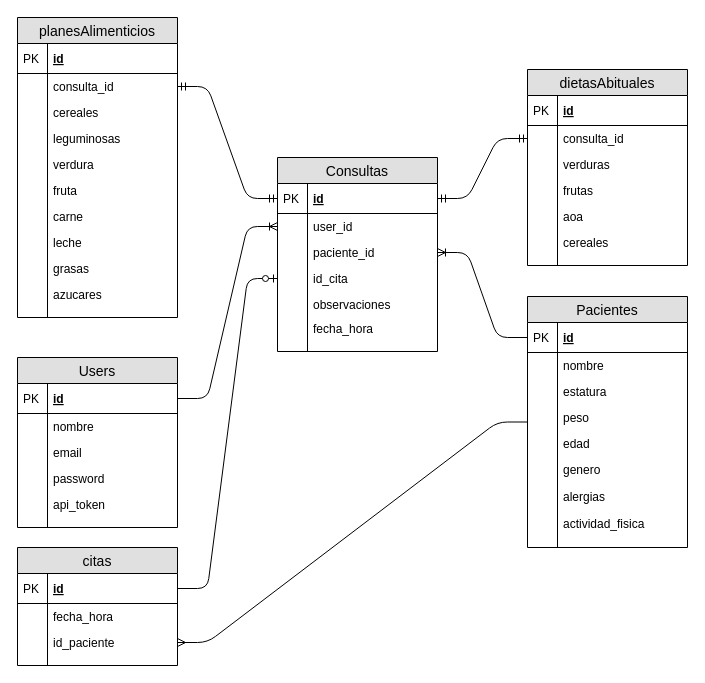
The draw.io diagram baseDeDatosProyecto.drawio in elagabalus01/nutrikit, before the edit. Source tidied: cells renumbered, new cells numbered last; positions are measured from the earlier drawing's top-left corner, leaving out a move shared by most shapes. Both pictures are drawn from the tidied source at 100%, with x=0, y=0 at pixel (17, 17).
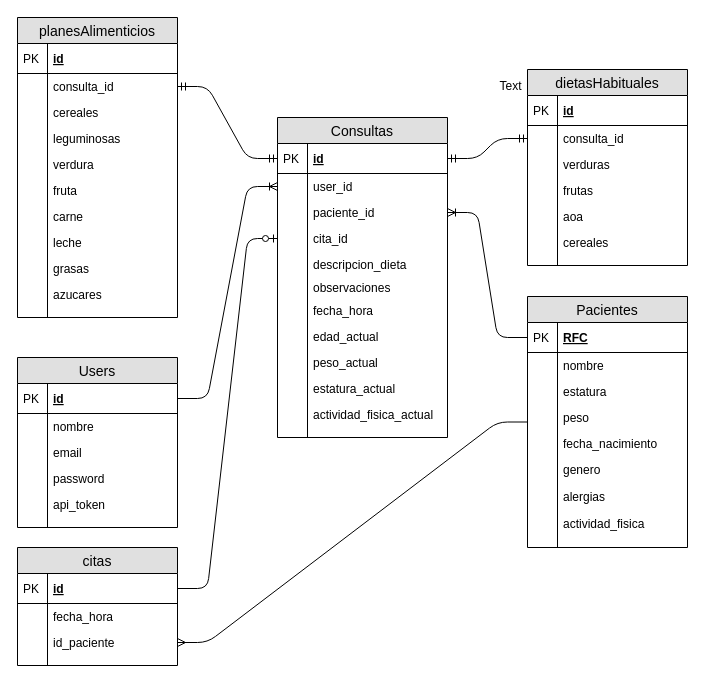
After the change.

Unchanged cells that the change refers to:
```xml
<mxCell id="15" value="Pacientes" style="swimlane;fontStyle=0;horizontal=1;startSize=26;fillColor=#e0e0e0;swimlaneFillColor=#ffffff;align=center;fontSize=14;" parent="1" vertex="1">
  <mxGeometry x="510" y="279" width="160" height="251" as="geometry" />
</mxCell>
```

Diff of the diagram source:
```diff
@@
-    <mxCell id="16" value="id" style="shape=partialRectangle;top=0;left=0;right=0;bottom=1;align=left;verticalAlign=middle;fillColor=none;spacingLeft=34;spacingRight=4;overflow=hidden;points=[[0,0.5],[1,0.5]];portConstraint=eastwest;fontStyle=5;fontSize=12;" parent="15" vertex="1">
+    <mxCell id="16" value="RFC" style="shape=partialRectangle;top=0;left=0;right=0;bottom=1;align=left;verticalAlign=middle;fillColor=none;spacingLeft=34;spacingRight=4;overflow=hidden;points=[[0,0.5],[1,0.5]];portConstraint=eastwest;fontStyle=5;fontSize=12;" parent="15" vertex="1">
       <mxGeometry y="26" width="160" height="30" as="geometry" />
     </mxCell>
@@
-    <mxCell id="24" value="edad" style="shape=partialRectangle;top=0;left=0;right=0;bottom=0;align=left;verticalAlign=top;fillColor=none;spacingLeft=34;spacingRight=4;overflow=hidden;fontSize=12;" parent="15" vertex="1">
+    <mxCell id="24" value="fecha_nacimiento" style="shape=partialRectangle;top=0;left=0;right=0;bottom=0;align=left;verticalAlign=top;fillColor=none;spacingLeft=34;spacingRight=4;overflow=hidden;fontSize=12;" parent="15" vertex="1">
       <mxGeometry y="134" width="160" height="26" as="geometry" />
     </mxCell>
@@
     <mxCell id="43" value="Consultas" style="swimlane;fontStyle=0;horizontal=1;startSize=26;fillColor=#e0e0e0;swimlaneFillColor=#ffffff;align=center;fontSize=14;" parent="1" vertex="1">
-      <mxGeometry x="260" y="140" width="160" height="194" as="geometry" />
+      <mxGeometry x="260" y="100" width="170" height="320" as="geometry" />
     </mxCell>
     <mxCell id="44" value="id" style="shape=partialRectangle;top=0;left=0;right=0;bottom=1;align=left;verticalAlign=middle;fillColor=none;spacingLeft=34;spacingRight=4;overflow=hidden;points=[[0,0.5],[1,0.5]];portConstraint=eastwest;fontStyle=5;fontSize=12;" parent="43" vertex="1">
-      <mxGeometry y="26" width="160" height="30" as="geometry" />
+      <mxGeometry y="26" width="170" height="30" as="geometry" />
     </mxCell>
@@
     <mxCell id="46" value="user_id" style="shape=partialRectangle;top=0;left=0;right=0;bottom=0;align=left;verticalAlign=top;fillColor=none;spacingLeft=34;spacingRight=4;overflow=hidden;points=[[0,0.5],[1,0.5]];portConstraint=eastwest;fontSize=12;" parent="43" vertex="1">
-      <mxGeometry y="56" width="160" height="26" as="geometry" />
+      <mxGeometry y="56" width="170" height="26" as="geometry" />
     </mxCell>
@@
     <mxCell id="48" value="paciente_id" style="shape=partialRectangle;top=0;left=0;right=0;bottom=0;align=left;verticalAlign=top;fillColor=none;spacingLeft=34;spacingRight=4;overflow=hidden;points=[[0,0.5],[1,0.5]];portConstraint=eastwest;fontSize=12;" parent="43" vertex="1">
-      <mxGeometry y="82" width="160" height="26" as="geometry" />
+      <mxGeometry y="82" width="170" height="26" as="geometry" />
     </mxCell>
@@
-    <mxCell id="50" value="id_cita" style="shape=partialRectangle;top=0;left=0;right=0;bottom=0;align=left;verticalAlign=top;fillColor=none;spacingLeft=34;spacingRight=4;overflow=hidden;points=[[0,0.5],[1,0.5]];portConstraint=eastwest;fontSize=12;" parent="43" vertex="1">
-      <mxGeometry y="108" width="160" height="26" as="geometry" />
+    <mxCell id="50" value="cita_id" style="shape=partialRectangle;top=0;left=0;right=0;bottom=0;align=left;verticalAlign=top;fillColor=none;spacingLeft=34;spacingRight=4;overflow=hidden;points=[[0,0.5],[1,0.5]];portConstraint=eastwest;fontSize=12;" parent="43" vertex="1">
+      <mxGeometry y="108" width="170" height="26" as="geometry" />
     </mxCell>
@@
+    <mxCell id="102" value="descripcion_dieta" style="shape=partialRectangle;top=0;left=0;right=0;bottom=0;align=left;verticalAlign=top;fillColor=none;spacingLeft=34;spacingRight=4;overflow=hidden;fontSize=12;" parent="43" vertex="1">
+      <mxGeometry y="134" width="170" height="23" as="geometry" />
+    </mxCell>
+    <mxCell id="103" style="shape=partialRectangle;top=0;left=0;bottom=0;fillColor=none;align=left;verticalAlign=top;spacingLeft=4;spacingRight=4;overflow=hidden;fontSize=12;" parent="102" vertex="1">
+      <mxGeometry width="30" height="26" as="geometry" />
+    </mxCell>
     <mxCell id="52" value="observaciones" style="shape=partialRectangle;top=0;left=0;right=0;bottom=0;align=left;verticalAlign=top;fillColor=none;spacingLeft=34;spacingRight=4;overflow=hidden;fontSize=12;" parent="43" vertex="1">
-      <mxGeometry y="134" width="160" height="24" as="geometry" />
+      <mxGeometry y="157" width="170" height="23" as="geometry" />
     </mxCell>
@@
     <mxCell id="54" value="fecha_hora" style="shape=partialRectangle;top=0;left=0;right=0;bottom=0;align=left;verticalAlign=top;fillColor=none;spacingLeft=34;spacingRight=4;overflow=hidden;fontSize=12;" parent="43" vertex="1">
-      <mxGeometry y="158" width="160" height="26" as="geometry" />
+      <mxGeometry y="180" width="170" height="26" as="geometry" />
     </mxCell>
@@
+    <mxCell id="104" value="edad_actual" style="shape=partialRectangle;top=0;left=0;right=0;bottom=0;align=left;verticalAlign=top;fillColor=none;spacingLeft=34;spacingRight=4;overflow=hidden;fontSize=12;" parent="43" vertex="1">
+      <mxGeometry y="206" width="170" height="26" as="geometry" />
+    </mxCell>
+    <mxCell id="105" style="shape=partialRectangle;top=0;left=0;bottom=0;fillColor=none;align=left;verticalAlign=top;spacingLeft=4;spacingRight=4;overflow=hidden;fontSize=12;" parent="104" vertex="1">
+      <mxGeometry width="30" height="26" as="geometry" />
+    </mxCell>
+    <mxCell id="106" value="peso_actual" style="shape=partialRectangle;top=0;left=0;right=0;bottom=0;align=left;verticalAlign=top;fillColor=none;spacingLeft=34;spacingRight=4;overflow=hidden;fontSize=12;" parent="43" vertex="1">
+      <mxGeometry y="232" width="170" height="26" as="geometry" />
+    </mxCell>
+    <mxCell id="107" style="shape=partialRectangle;top=0;left=0;bottom=0;fillColor=none;align=left;verticalAlign=top;spacingLeft=4;spacingRight=4;overflow=hidden;fontSize=12;" parent="106" vertex="1">
+      <mxGeometry width="30" height="26" as="geometry" />
+    </mxCell>
+    <mxCell id="108" value="estatura_actual" style="shape=partialRectangle;top=0;left=0;right=0;bottom=0;align=left;verticalAlign=top;fillColor=none;spacingLeft=34;spacingRight=4;overflow=hidden;fontSize=12;" parent="43" vertex="1">
+      <mxGeometry y="258" width="170" height="26" as="geometry" />
+    </mxCell>
+    <mxCell id="109" style="shape=partialRectangle;top=0;left=0;bottom=0;fillColor=none;align=left;verticalAlign=top;spacingLeft=4;spacingRight=4;overflow=hidden;fontSize=12;" parent="108" vertex="1">
+      <mxGeometry width="30" height="26" as="geometry" />
+    </mxCell>
+    <mxCell id="110" value="actividad_fisica_actual" style="shape=partialRectangle;top=0;left=0;right=0;bottom=0;align=left;verticalAlign=top;fillColor=none;spacingLeft=34;spacingRight=4;overflow=hidden;fontSize=12;" parent="43" vertex="1">
+      <mxGeometry y="284" width="170" height="26" as="geometry" />
+    </mxCell>
+    <mxCell id="111" style="shape=partialRectangle;top=0;left=0;bottom=0;fillColor=none;align=left;verticalAlign=top;spacingLeft=4;spacingRight=4;overflow=hidden;fontSize=12;" parent="110" vertex="1">
+      <mxGeometry width="30" height="26" as="geometry" />
+    </mxCell>
     <mxCell id="56" style="shape=partialRectangle;top=0;left=0;right=0;bottom=0;align=left;verticalAlign=top;fillColor=none;spacingLeft=34;spacingRight=4;overflow=hidden;fontSize=12;" parent="43" vertex="1">
-      <mxGeometry y="184" width="160" height="10" as="geometry" />
+      <mxGeometry y="310" width="170" height="10" as="geometry" />
     </mxCell>
@@
-    <mxCell id="59" value="dietasAbituales" style="swimlane;fontStyle=0;horizontal=1;startSize=26;fillColor=#e0e0e0;swimlaneFillColor=#ffffff;align=center;fontSize=14;" parent="1" vertex="1">
+    <mxCell id="59" value="dietasHabituales" style="swimlane;fontStyle=0;horizontal=1;startSize=26;fillColor=#e0e0e0;swimlaneFillColor=#ffffff;align=center;fontSize=14;" parent="1" vertex="1">
       <mxGeometry x="510" y="52" width="160" height="196" as="geometry" />
     </mxCell>
@@
+    <mxCell id="112" value="Text" style="text;html=1;align=center;verticalAlign=middle;" parent="1" vertex="1">
+      <mxGeometry x="473" y="59" width="40" height="20" as="geometry" />
+    </mxCell>
```
